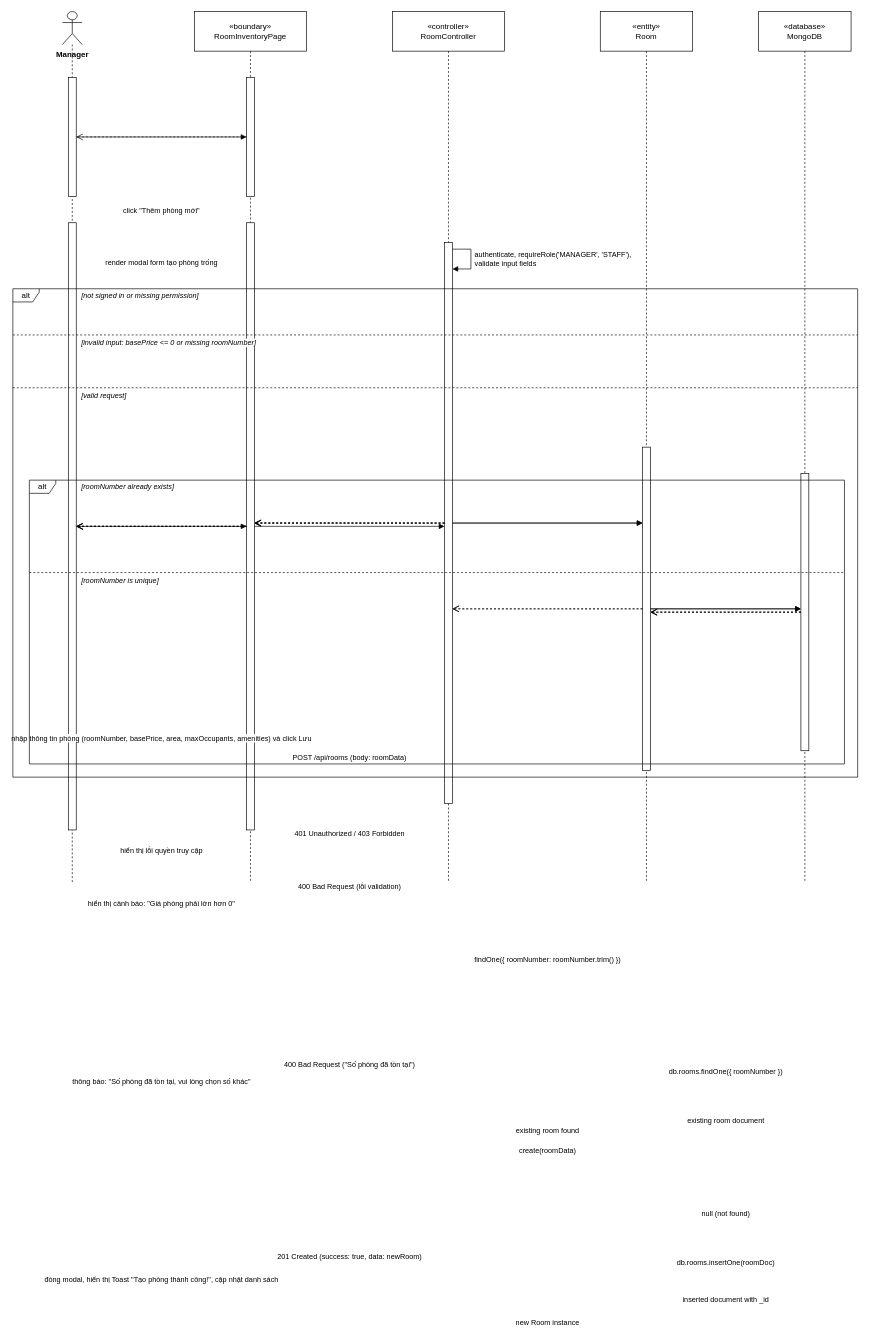
This is docs/diagrams/UC-M04_1_Create_Room_SequenceDiagram.drawio from WanFJava/MotalManagementSystems, a draw.io file, before an edit. Source tidied: cells renumbered, new cells numbered last; positions are measured from the earlier drawing's top-left corner, leaving out a move shared by most shapes. Both pictures are drawn from the tidied source at 66%, with x=0, y=0 at pixel (13, 11).
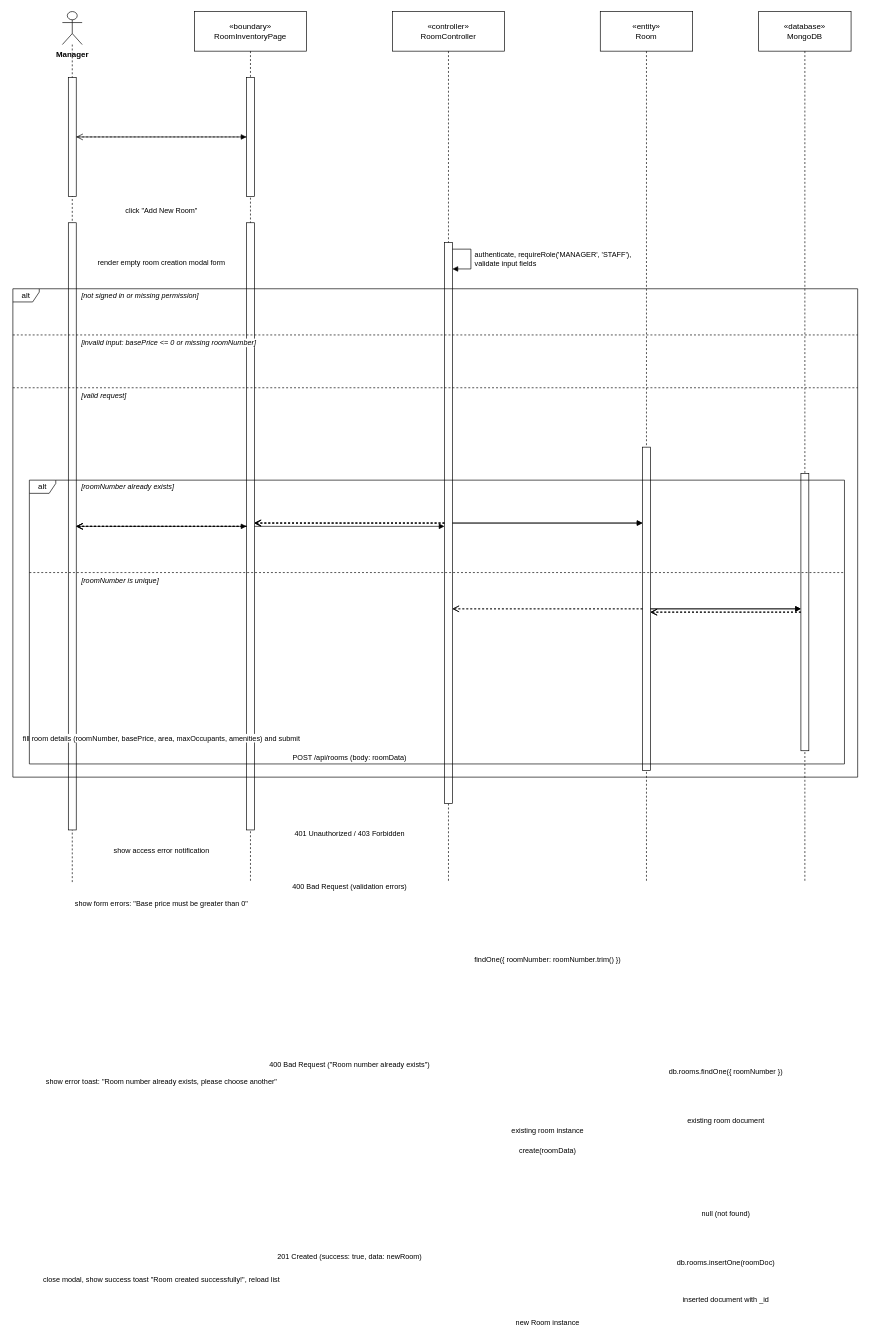
The same diagram, later.

Commit message (it also covers changes not shown here):
docs(uml): translate all Class and Sequence Diagrams to 100% English

Unchanged cells that the change refers to:
```xml
<mxCell id="7" style="html=1;points=[];perimeter=orthogonalPerimeter;outlineConnect=0;targetShapes=umlLifeline;portConstraint=eastwest;" parent="2" vertex="1">
  <mxGeometry x="9" y="100" width="12" height="180" as="geometry" />
</mxCell>
<mxCell id="8" style="html=1;points=[];perimeter=orthogonalPerimeter;outlineConnect=0;targetShapes=umlLifeline;portConstraint=eastwest;" parent="2" vertex="1">
  <mxGeometry x="9" y="320" width="12" height="920" as="geometry" />
</mxCell>
<mxCell id="9" style="html=1;points=[];perimeter=orthogonalPerimeter;outlineConnect=0;targetShapes=umlLifeline;portConstraint=eastwest;" parent="3" vertex="1">
  <mxGeometry x="79" y="100" width="12" height="180" as="geometry" />
</mxCell>
<mxCell id="10" style="html=1;points=[];perimeter=orthogonalPerimeter;outlineConnect=0;targetShapes=umlLifeline;portConstraint=eastwest;" parent="3" vertex="1">
  <mxGeometry x="79" y="320" width="12" height="920" as="geometry" />
</mxCell>
<mxCell id="11" style="html=1;points=[];perimeter=orthogonalPerimeter;outlineConnect=0;targetShapes=umlLifeline;portConstraint=eastwest;" parent="4" vertex="1">
  <mxGeometry x="79" y="350" width="12" height="850" as="geometry" />
</mxCell>
<mxCell id="12" style="html=1;points=[];perimeter=orthogonalPerimeter;outlineConnect=0;targetShapes=umlLifeline;portConstraint=eastwest;" parent="5" vertex="1">
  <mxGeometry x="64" y="660" width="12" height="490" as="geometry" />
</mxCell>
```

What changed in the source:
```diff
@@
-    <mxCell id="14" value="click &quot;Thêm phòng mới&quot;" style="html=1;verticalAlign=bottom;rounded=0;fontSize=11;endArrow=block;endFill=1;" parent="1" edge="1" source="7" target="9">
+    <mxCell id="14" value="click &quot;Add New Room&quot;" style="html=1;verticalAlign=bottom;rounded=0;fontSize=11;endArrow=block;endFill=1;" parent="1" edge="1" source="7" target="9">
       <mxGeometry relative="1" as="geometry">
         <mxPoint y="120" as="offset" />
       </mxGeometry>
     </mxCell>
-    <mxCell id="15" value="render modal form tạo phòng trống" style="html=1;verticalAlign=bottom;rounded=0;fontSize=11;dashed=1;endArrow=open;endSize=8;" parent="1" edge="1" source="9" target="7">
+    <mxCell id="15" value="render empty room creation modal form" style="html=1;verticalAlign=bottom;rounded=0;fontSize=11;dashed=1;endArrow=open;endSize=8;" parent="1" edge="1" source="9" target="7">
       <mxGeometry relative="1" as="geometry">
         <mxPoint y="200" as="offset" />
       </mxGeometry>
     </mxCell>
-    <mxCell id="16" value="nhập thông tin phòng (roomNumber, basePrice, area, maxOccupants, amenities) và click Lưu" style="html=1;verticalAlign=bottom;rounded=0;fontSize=11;endArrow=block;endFill=1;" parent="1" edge="1" source="8" target="10">
+    <mxCell id="16" value="fill room details (roomNumber, basePrice, area, maxOccupants, amenities) and submit" style="html=1;verticalAlign=bottom;rounded=0;fontSize=11;endArrow=block;endFill=1;" parent="1" edge="1" source="8" target="10">
       <mxGeometry relative="1" as="geometry">
         <mxPoint y="330" as="offset" />
       </mxGeometry>
     </mxCell>
@@
-    <mxCell id="22" value="hiển thị lỗi quyền truy cập" style="html=1;verticalAlign=bottom;rounded=0;fontSize=11;dashed=1;endArrow=open;endSize=8;" parent="1" edge="1" source="10" target="8">
+    <mxCell id="22" value="show access error notification" style="html=1;verticalAlign=bottom;rounded=0;fontSize=11;dashed=1;endArrow=open;endSize=8;" parent="1" edge="1" source="10" target="8">
       <mxGeometry relative="1" as="geometry">
         <mxPoint y="500" as="offset" />
       </mxGeometry>
     </mxCell>
@@
     <mxCell id="24" value="[invalid input: basePrice &lt;= 0 or missing roomNumber]" style="text;html=1;align=left;verticalAlign=middle;whiteSpace=nowrap;fontSize=11;fontStyle=2;labelBackgroundColor=#ffffff;" parent="1" vertex="1">
-      <mxGeometry x="102" y="492" width="300" height="20" as="geometry" />
+      <mxGeometry x="102" y="492" width="320" height="20" as="geometry" />
     </mxCell>
-    <mxCell id="25" value="400 Bad Request (lỗi validation)" style="html=1;verticalAlign=bottom;rounded=0;fontSize=11;dashed=1;endArrow=open;endSize=8;" parent="1" edge="1" source="11" target="10">
+    <mxCell id="25" value="400 Bad Request (validation errors)" style="html=1;verticalAlign=bottom;rounded=0;fontSize=11;dashed=1;endArrow=open;endSize=8;" parent="1" edge="1" source="11" target="10">
       <mxGeometry relative="1" as="geometry">
         <mxPoint y="560" as="offset" />
       </mxGeometry>
     </mxCell>
-    <mxCell id="26" value="hiển thị cảnh báo: &quot;Giá phòng phải lớn hơn 0&quot;" style="html=1;verticalAlign=bottom;rounded=0;fontSize=11;dashed=1;endArrow=open;endSize=8;" parent="1" edge="1" source="10" target="8">
+    <mxCell id="26" value="show form errors: &quot;Base price must be greater than 0&quot;" style="html=1;verticalAlign=bottom;rounded=0;fontSize=11;dashed=1;endArrow=open;endSize=8;" parent="1" edge="1" source="10" target="8">
       <mxGeometry relative="1" as="geometry">
         <mxPoint y="580" as="offset" />
       </mxGeometry>
     </mxCell>
@@
-    <mxCell id="34" value="existing room found" style="html=1;verticalAlign=bottom;rounded=0;fontSize=11;dashed=1;endArrow=open;endSize=8;" parent="1" edge="1" source="12" target="11">
+    <mxCell id="34" value="existing room instance" style="html=1;verticalAlign=bottom;rounded=0;fontSize=11;dashed=1;endArrow=open;endSize=8;" parent="1" edge="1" source="12" target="11">
       <mxGeometry relative="1" as="geometry">
         <mxPoint y="800" as="offset" />
       </mxGeometry>
     </mxCell>
-    <mxCell id="35" value="400 Bad Request (&quot;Số phòng đã tồn tại&quot;)" style="html=1;verticalAlign=bottom;rounded=0;fontSize=11;dashed=1;endArrow=open;endSize=8;" parent="1" edge="1" source="11" target="10">
+    <mxCell id="35" value="400 Bad Request (&quot;Room number already exists&quot;)" style="html=1;verticalAlign=bottom;rounded=0;fontSize=11;dashed=1;endArrow=open;endSize=8;" parent="1" edge="1" source="11" target="10">
       <mxGeometry relative="1" as="geometry">
         <mxPoint y="830" as="offset" />
       </mxGeometry>
     </mxCell>
-    <mxCell id="36" value="thông báo: &quot;Số phòng đã tồn tại, vui lòng chọn số khác&quot;" style="html=1;verticalAlign=bottom;rounded=0;fontSize=11;dashed=1;endArrow=open;endSize=8;" parent="1" edge="1" source="10" target="8">
+    <mxCell id="36" value="show error toast: &quot;Room number already exists, please choose another&quot;" style="html=1;verticalAlign=bottom;rounded=0;fontSize=11;dashed=1;endArrow=open;endSize=8;" parent="1" edge="1" source="10" target="8">
       <mxGeometry relative="1" as="geometry">
         <mxPoint y="850" as="offset" />
       </mxGeometry>
     </mxCell>
@@
-    <mxCell id="45" value="đóng modal, hiển thị Toast &quot;Tạo phòng thành công!&quot;, cập nhật danh sách" style="html=1;verticalAlign=bottom;rounded=0;fontSize=11;dashed=1;endArrow=open;endSize=8;" parent="1" edge="1" source="10" target="8">
+    <mxCell id="45" value="close modal, show success toast &quot;Room created successfully!&quot;, reload list" style="html=1;verticalAlign=bottom;rounded=0;fontSize=11;dashed=1;endArrow=open;endSize=8;" parent="1" edge="1" source="10" target="8">
       <mxGeometry relative="1" as="geometry">
         <mxPoint y="1150" as="offset" />
       </mxGeometry>
     </mxCell>
```
